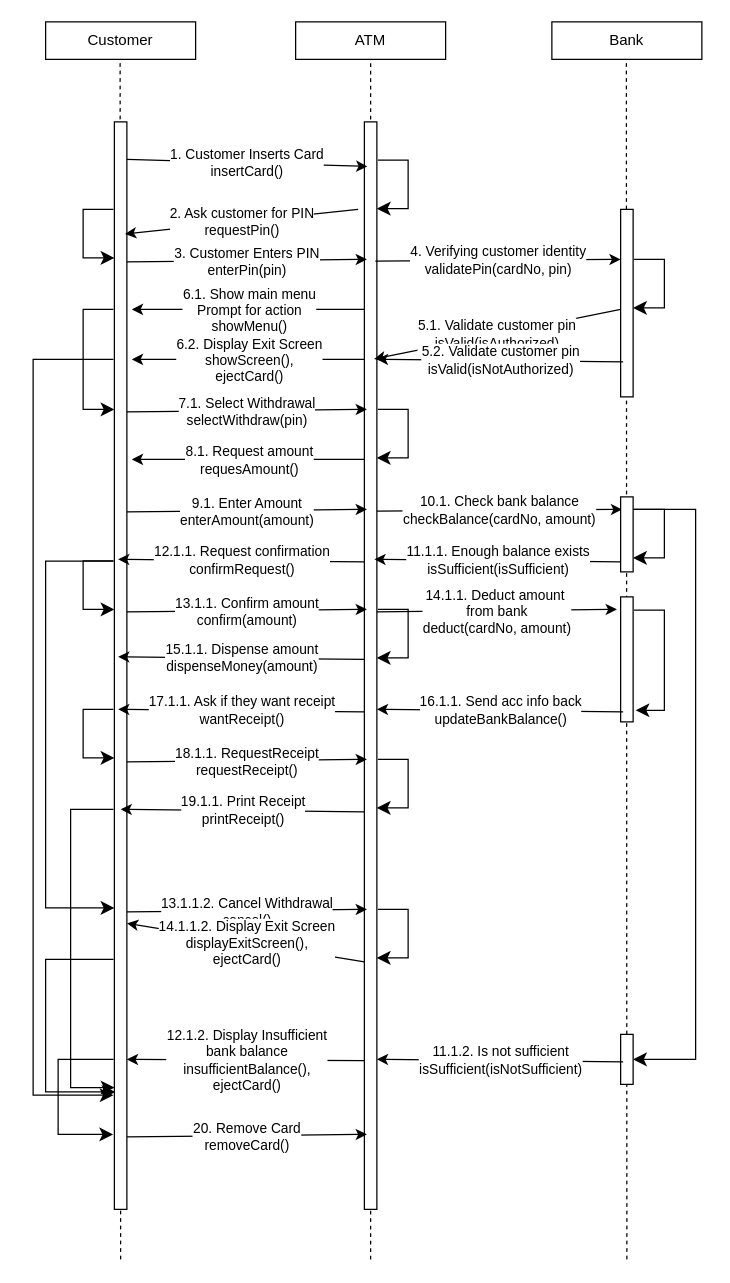
Before: page "Page-2" (2 of 2) of WashingMachineStateChart.drawio in reuben-roy/reuben-roy, a draw.io diagram. Source tidied: cells renumbered, new cells numbered last; positions are measured from the earlier drawing's top-left corner, leaving out a move shared by most shapes. Both pictures are drawn from the tidied source at 125%, with x=0, y=0 at pixel (32, 21).
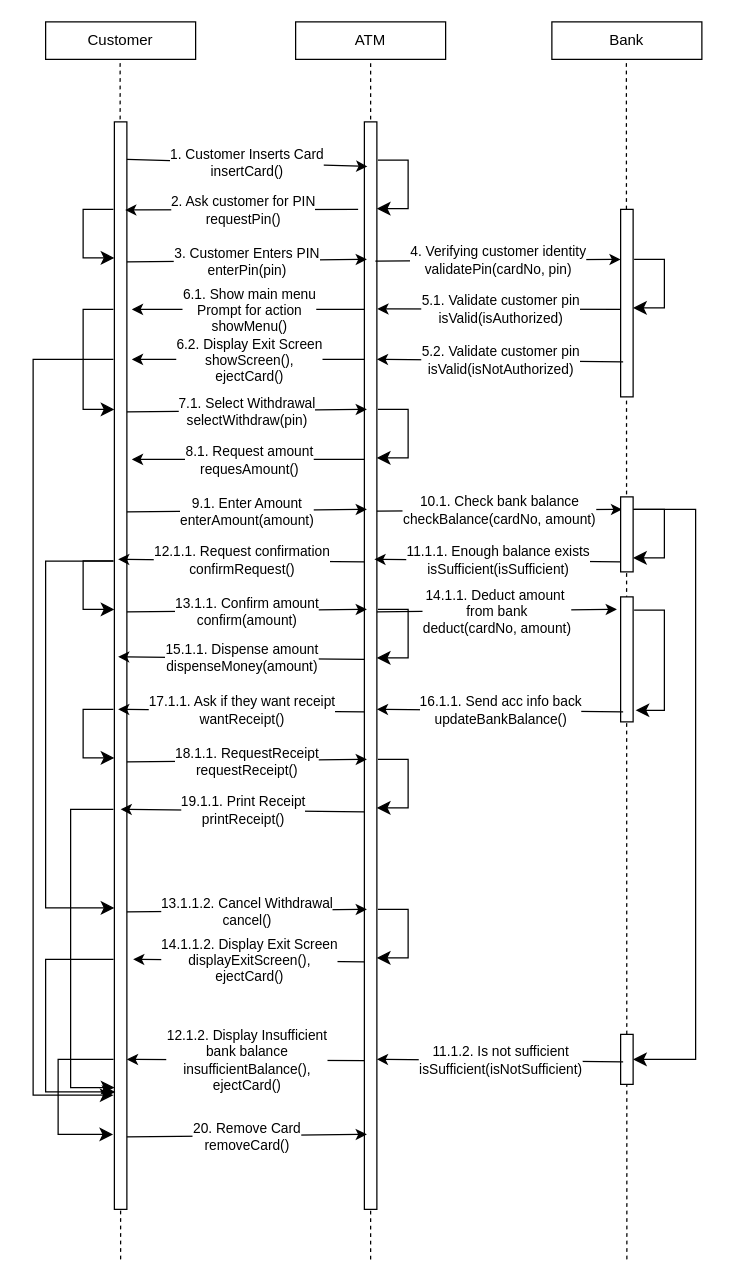
The same diagram, later.

Unchanged cells that the change refers to:
```xml
<mxCell id="5" style="rounded=0;whiteSpace=wrap;html=1;" parent="1" vertex="1">
  <mxGeometry x="65" y="80" width="10" height="870" as="geometry" />
</mxCell>
<mxCell id="6" style="rounded=0;whiteSpace=wrap;html=1;" parent="1" vertex="1">
  <mxGeometry x="265" y="80" width="10" height="870" as="geometry" />
</mxCell>
```

Change to the diagram source:
```diff
@@
-    <mxCell id="18" style="endArrow=classic;html=1;rounded=0;entryX=0.854;entryY=0.103;entryDx=0;entryDy=0;entryPerimeter=0;" parent="1" edge="1" target="5">
+    <mxCell id="18" style="endArrow=classic;html=1;rounded=0;entryX=0.865;entryY=0.081;entryDx=0;entryDy=0;entryPerimeter=0;" parent="1" edge="1" target="5">
       <mxGeometry relative="1" as="geometry">
         <mxPoint x="260" y="150" as="sourcePoint" />
       </mxGeometry>
     </mxCell>
@@
-    <mxCell id="22" style="endArrow=classic;html=1;rounded=0;entryX=0.777;entryY=0.218;entryDx=0;entryDy=0;entryPerimeter=0;" parent="1" edge="1" target="6">
+    <mxCell id="22" style="endArrow=classic;html=1;rounded=0;entryX=1.039;entryY=0.172;entryDx=0;entryDy=0;entryPerimeter=0;" parent="1" edge="1" target="6">
       <mxGeometry relative="1" as="geometry">
         <mxPoint x="470" y="230" as="sourcePoint" />
       </mxGeometry>
     </mxCell>
@@
-    <mxCell id="73" style="endArrow=classic;html=1;rounded=0;entryX=1.008;entryY=0.737;entryDx=0;entryDy=0;entryPerimeter=0;" parent="1" edge="1" target="5">
+    <mxCell id="73" style="endArrow=classic;html=1;rounded=0;" parent="1" edge="1">
       <mxGeometry relative="1" as="geometry">
         <mxPoint x="265" y="752" as="sourcePoint" />
+        <mxPoint x="80" y="750" as="targetPoint" />
       </mxGeometry>
     </mxCell>
```
